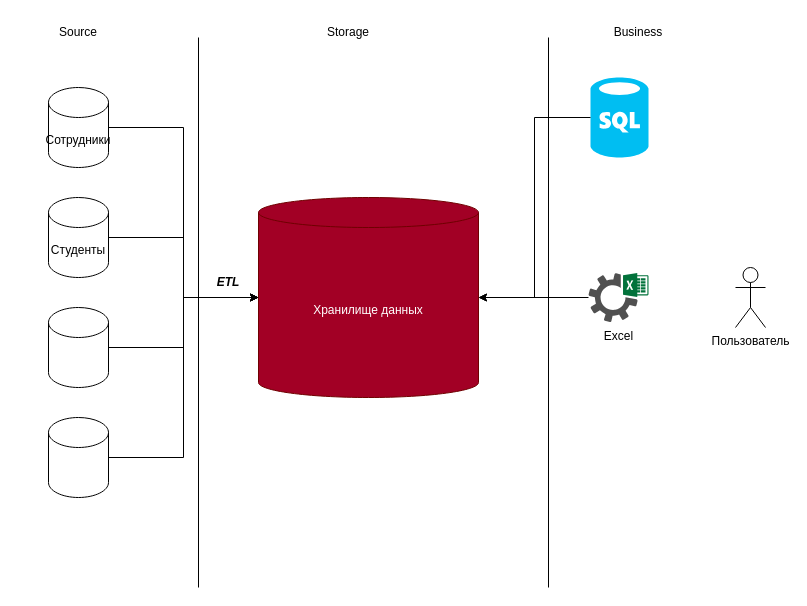
This is de101/Примерная архитектура БД университета.drawio from TowelieM/datalearncource, a draw.io file, before an edit. Source tidied: cells renumbered, new cells numbered last; positions are measured from the earlier drawing's top-left corner, leaving out a move shared by most shapes. Both pictures are drawn from the tidied source at 100%, with x=0, y=0 at pixel (48, 17).
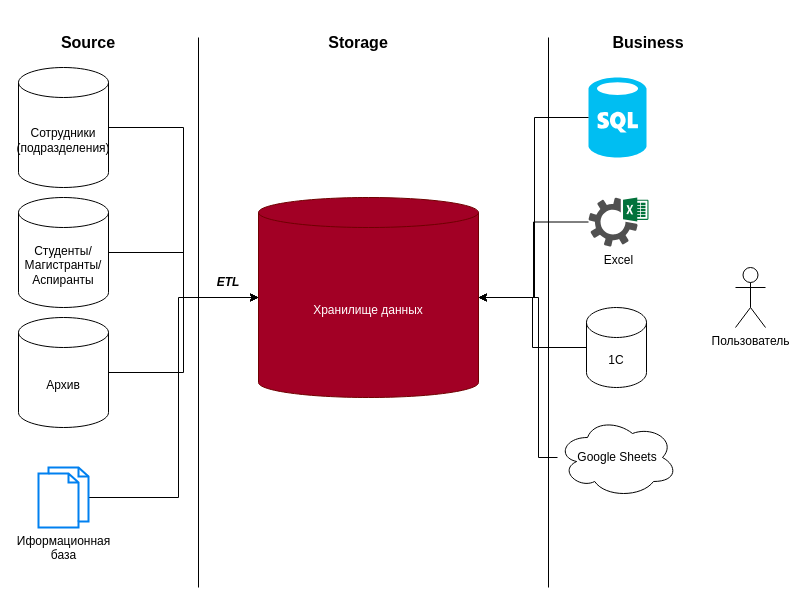
The same diagram, later.

Unchanged cells that the change refers to:
```xml
<mxCell id="7" value="Хранилище данных" style="shape=cylinder3;whiteSpace=wrap;html=1;boundedLbl=1;backgroundOutline=1;size=15;fillColor=#a20025;fontColor=#ffffff;strokeColor=#6F0000;" parent="1" vertex="1">
  <mxGeometry x="210" y="180" width="220" height="200" as="geometry" />
</mxCell>
<mxCell id="11" value="ETL" style="text;html=1;align=center;verticalAlign=middle;whiteSpace=wrap;rounded=0;fontStyle=3;" parent="1" vertex="1">
  <mxGeometry x="150" y="250" width="60" height="30" as="geometry" />
</mxCell>
```

Change to the diagram source:
```diff
@@
-    <mxCell id="2" value="Сотрудники" style="shape=cylinder3;whiteSpace=wrap;html=1;boundedLbl=1;backgroundOutline=1;size=15;" parent="1" vertex="1">
-      <mxGeometry y="70" width="60" height="80" as="geometry" />
+    <mxCell id="2" value="Сотрудники&lt;div&gt;(подразделения)&lt;/div&gt;" style="shape=cylinder3;whiteSpace=wrap;html=1;boundedLbl=1;backgroundOutline=1;size=15;" parent="1" vertex="1">
+      <mxGeometry x="-30" y="50" width="90" height="120" as="geometry" />
     </mxCell>
@@
-    <mxCell id="4" value="Студенты" style="shape=cylinder3;whiteSpace=wrap;html=1;boundedLbl=1;backgroundOutline=1;size=15;" parent="1" vertex="1">
-      <mxGeometry y="180" width="60" height="80" as="geometry" />
+    <mxCell id="4" value="Студенты/Магистранты/Аспиранты" style="shape=cylinder3;whiteSpace=wrap;html=1;boundedLbl=1;backgroundOutline=1;size=15;" parent="1" vertex="1">
+      <mxGeometry x="-30" y="180" width="90" height="110" as="geometry" />
     </mxCell>
-    <mxCell id="5" style="shape=cylinder3;whiteSpace=wrap;html=1;boundedLbl=1;backgroundOutline=1;size=15;" parent="1" vertex="1">
-      <mxGeometry y="290" width="60" height="80" as="geometry" />
+    <mxCell id="5" value="Архив" style="shape=cylinder3;whiteSpace=wrap;html=1;boundedLbl=1;backgroundOutline=1;size=15;" parent="1" vertex="1">
+      <mxGeometry x="-30" y="300" width="90" height="110" as="geometry" />
     </mxCell>
-    <mxCell id="6" style="shape=cylinder3;whiteSpace=wrap;html=1;boundedLbl=1;backgroundOutline=1;size=15;" parent="1" vertex="1">
-      <mxGeometry y="400" width="60" height="80" as="geometry" />
-    </mxCell>
@@
-    <mxCell id="9" style="edgeStyle=orthogonalEdgeStyle;rounded=0;jettySize=auto;html=1;entryX=0;entryY=0.5;entryDx=0;entryDy=0;entryPerimeter=0;" parent="1" edge="1" source="6" target="7">
-      <mxGeometry relative="1" as="geometry" />
-    </mxCell>
@@
     <mxCell id="15" value="Excel" style="sketch=0;shadow=0;dashed=0;html=1;strokeColor=none;fillColor=#505050;labelPosition=center;verticalLabelPosition=bottom;verticalAlign=top;outlineConnect=0;align=center;shape=mxgraph.office.services.excel_services;" parent="1" vertex="1">
-      <mxGeometry x="540" y="255.5" width="60" height="49" as="geometry" />
+      <mxGeometry x="540" y="180" width="60" height="49" as="geometry" />
     </mxCell>
     <mxCell id="16" style="verticalLabelPosition=bottom;html=1;verticalAlign=top;align=center;strokeColor=none;fillColor=#00BEF2;shape=mxgraph.azure.sql_database;" parent="1" vertex="1">
-      <mxGeometry x="542" y="60" width="58" height="80" as="geometry" />
+      <mxGeometry x="540" y="60" width="58" height="80" as="geometry" />
     </mxCell>
     <mxCell id="17" style="edgeStyle=orthogonalEdgeStyle;rounded=0;jettySize=auto;html=1;entryX=1;entryY=0.5;entryDx=0;entryDy=0;entryPerimeter=0;" parent="1" edge="1" source="16" target="7">
-      <mxGeometry relative="1" as="geometry" />
+      <mxGeometry relative="1" as="geometry">
+        <Array as="points">
+          <mxPoint x="486" y="100" />
+          <mxPoint x="486" y="280" />
+        </Array>
+      </mxGeometry>
     </mxCell>
@@
-    <mxCell id="19" value="Source" style="text;html=1;align=center;verticalAlign=middle;whiteSpace=wrap;rounded=0;" parent="1" vertex="1">
-      <mxGeometry width="60" height="30" as="geometry" />
+    <mxCell id="19" value="Source" style="text;html=1;align=center;verticalAlign=middle;whiteSpace=wrap;rounded=0;fontStyle=1;fontSize=16;" parent="1" vertex="1">
+      <mxGeometry x="10" y="10" width="60" height="30" as="geometry" />
     </mxCell>
-    <mxCell id="20" value="Storage" style="text;html=1;align=center;verticalAlign=middle;whiteSpace=wrap;rounded=0;" parent="1" vertex="1">
-      <mxGeometry x="270" width="60" height="30" as="geometry" />
+    <mxCell id="20" value="Storage" style="text;html=1;align=center;verticalAlign=middle;whiteSpace=wrap;rounded=0;fontStyle=1;fontSize=16;" parent="1" vertex="1">
+      <mxGeometry x="280" y="10" width="60" height="30" as="geometry" />
     </mxCell>
-    <mxCell id="21" value="Business" style="text;html=1;align=center;verticalAlign=middle;whiteSpace=wrap;rounded=0;" parent="1" vertex="1">
-      <mxGeometry x="560" width="60" height="30" as="geometry" />
+    <mxCell id="21" value="Business" style="text;html=1;align=center;verticalAlign=middle;whiteSpace=wrap;rounded=0;fontStyle=1;fontSize=16;" parent="1" vertex="1">
+      <mxGeometry x="570" y="10" width="60" height="30" as="geometry" />
     </mxCell>
+    <mxCell id="22" value="1С" style="shape=cylinder3;whiteSpace=wrap;html=1;boundedLbl=1;backgroundOutline=1;size=15;" parent="1" vertex="1">
+      <mxGeometry x="538" y="290" width="60" height="80" as="geometry" />
+    </mxCell>
+    <mxCell id="23" style="edgeStyle=orthogonalEdgeStyle;rounded=0;jettySize=auto;html=1;entryX=1;entryY=0.5;entryDx=0;entryDy=0;entryPerimeter=0;" parent="1" edge="1" source="22" target="7">
+      <mxGeometry relative="1" as="geometry" />
+    </mxCell>
+    <mxCell id="24" style="edgeStyle=orthogonalEdgeStyle;rounded=0;jettySize=auto;html=1;entryX=1;entryY=1;entryDx=0;entryDy=0;" parent="1" edge="1" source="25" target="11">
+      <mxGeometry relative="1" as="geometry">
+        <Array as="points">
+          <mxPoint x="130" y="480" />
+          <mxPoint x="130" y="280" />
+        </Array>
+      </mxGeometry>
+    </mxCell>
+    <mxCell id="25" value="Иформационная&lt;div&gt;база&lt;/div&gt;" style="html=1;verticalLabelPosition=bottom;align=center;labelBackgroundColor=#ffffff;verticalAlign=top;strokeWidth=2;strokeColor=#0080F0;shadow=0;dashed=0;shape=mxgraph.ios7.icons.documents;" parent="1" vertex="1">
+      <mxGeometry x="-10" y="450" width="50" height="60" as="geometry" />
+    </mxCell>
+    <mxCell id="26" value="Google Sheets" style="ellipse;shape=cloud;whiteSpace=wrap;html=1;" parent="1" vertex="1">
+      <mxGeometry x="509" y="400" width="120" height="80" as="geometry" />
+    </mxCell>
+    <mxCell id="27" style="edgeStyle=orthogonalEdgeStyle;rounded=0;jettySize=auto;html=1;entryX=1;entryY=0.5;entryDx=0;entryDy=0;entryPerimeter=0;" parent="1" edge="1" source="26" target="7">
+      <mxGeometry relative="1" as="geometry">
+        <Array as="points">
+          <mxPoint x="490" y="440" />
+          <mxPoint x="490" y="280" />
+        </Array>
+      </mxGeometry>
+    </mxCell>
```
